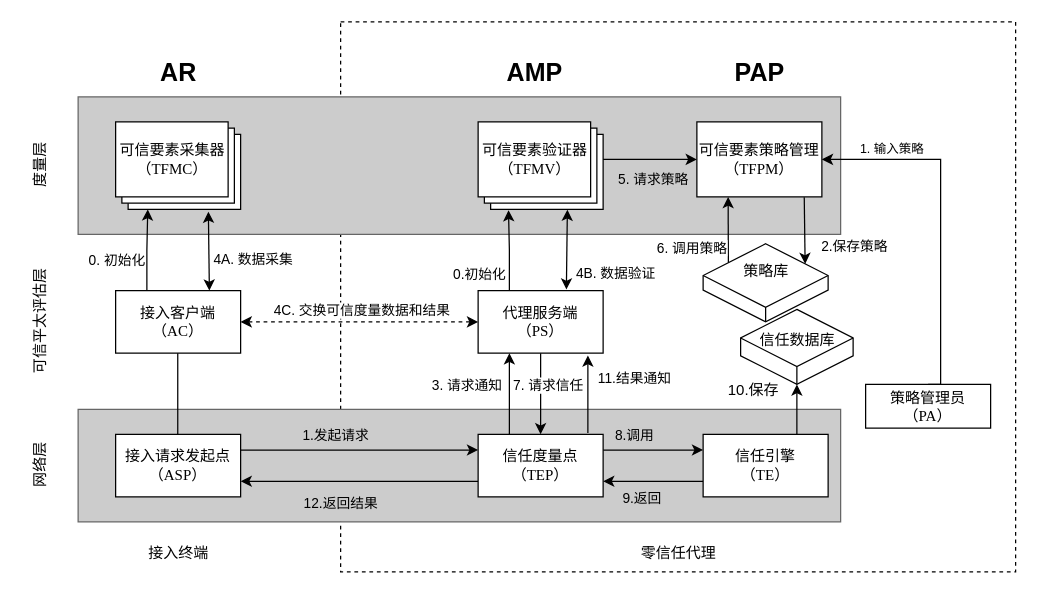
Above: testDirectory/可信接入模型.drawio in Moose1273/- (draw.io), before the change. Source tidied: cells renumbered, new cells numbered last; positions are measured from the earlier drawing's top-left corner, leaving out a move shared by most shapes. Both pictures are drawn from the tidied source at 125%, with x=0, y=0 at pixel (-29, 21).
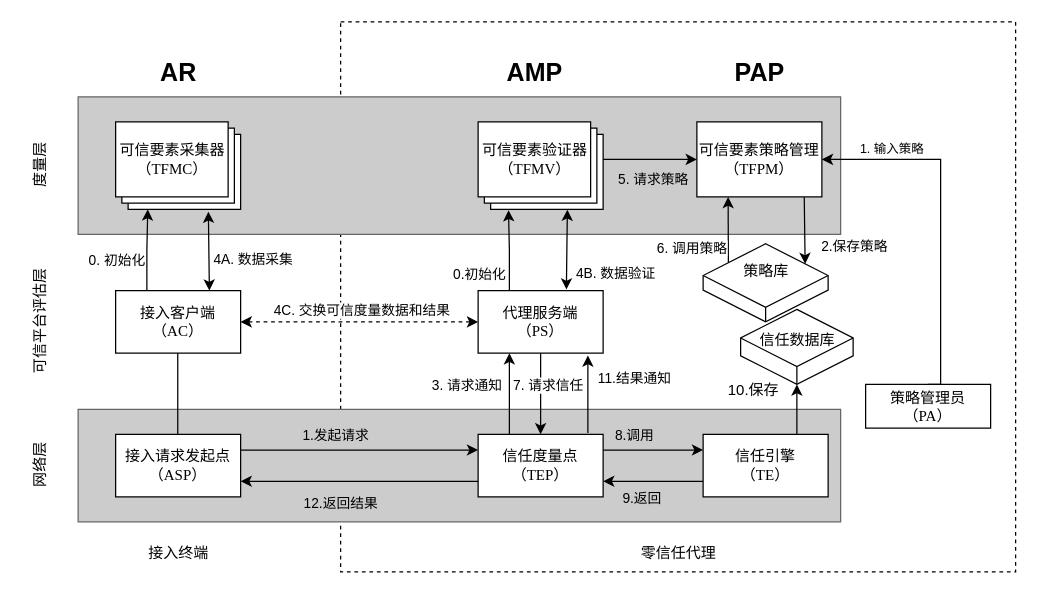
After the change.

Commit message:
更新可信接入模型.drawio

The edit, as a diff of the source:
```diff
@@
-    <mxCell id="46" value="可信平太评估层" style="text;html=1;align=center;verticalAlign=middle;strokeColor=none;fillColor=none;rotation=-90;" parent="1" vertex="1">
+    <mxCell id="46" value="可信平台评估层" style="text;html=1;align=center;verticalAlign=middle;strokeColor=none;fillColor=none;rotation=-90;" parent="1" vertex="1">
       <mxGeometry y="225" width="110" height="30" as="geometry" />
     </mxCell>
```
